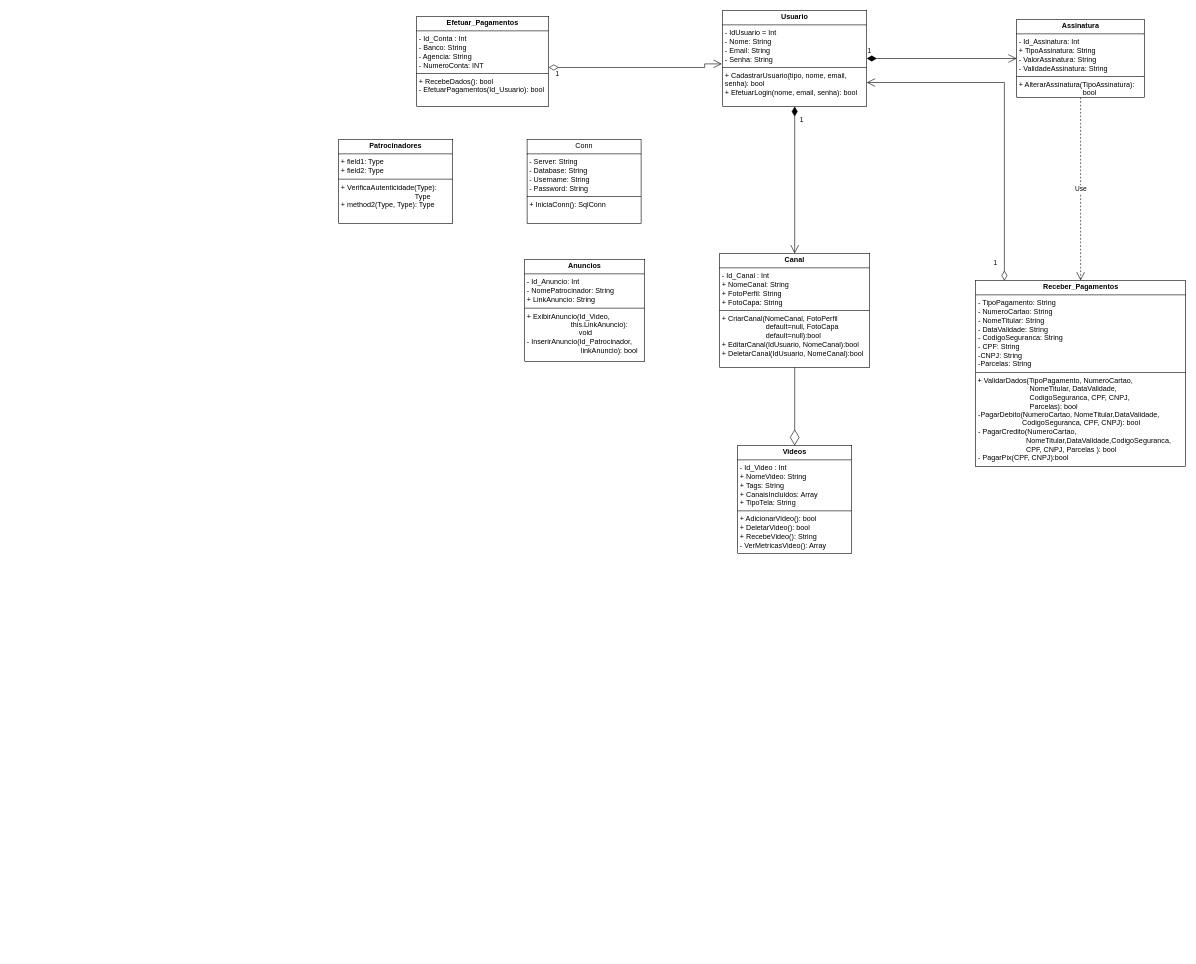
Earlier version of the draw.io diagram page "DiagramaDeClasses" (20 of 20) of DiagramasPIMVII.drawio (GustavoFerreira143/PIMVIISistemaDeStreaming). Source tidied: cells renumbered, new cells numbered last; positions are measured from the earlier drawing's top-left corner, leaving out a move shared by most shapes. Both pictures are drawn from the tidied source at 60%, with x=0, y=0 at pixel (338, 10).
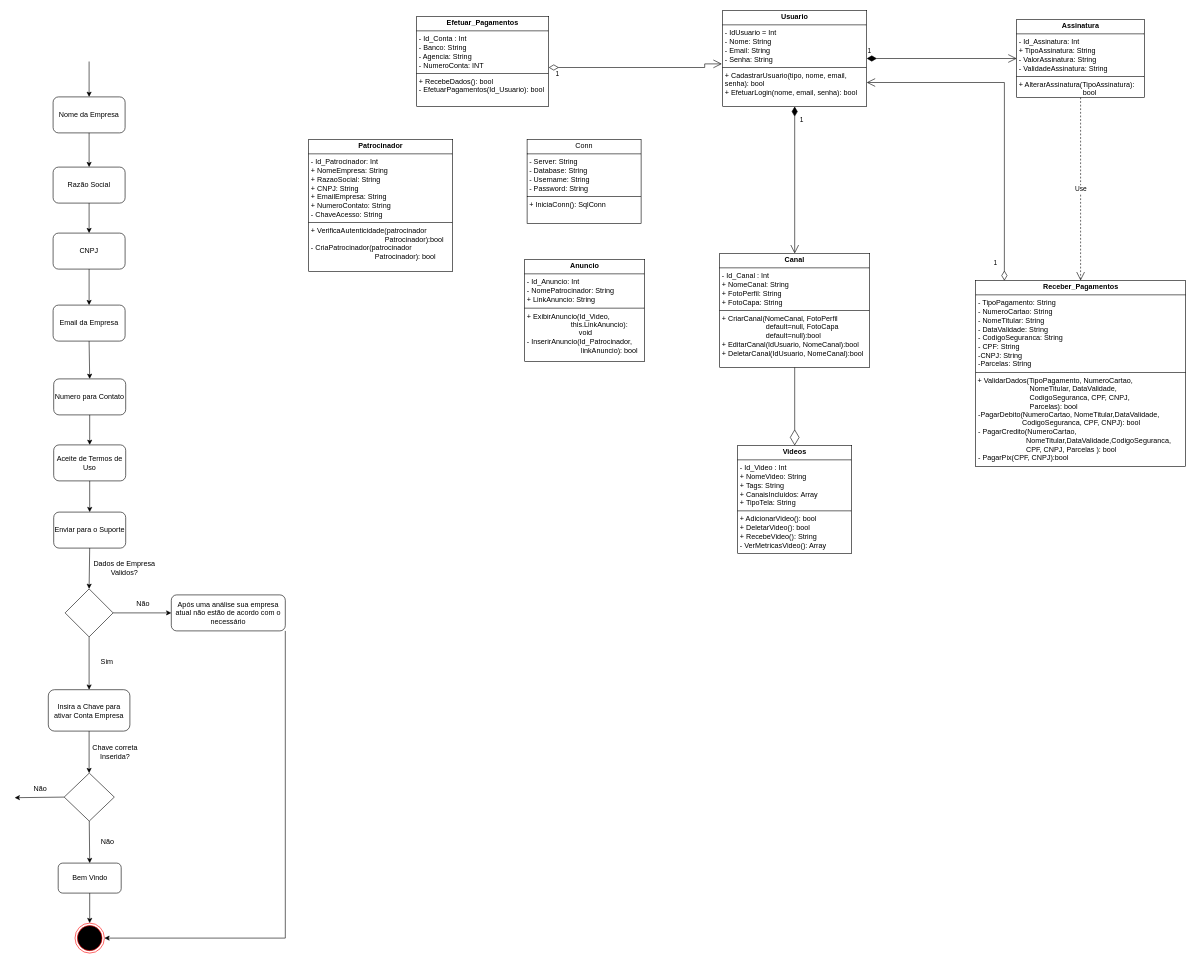
After the change.

The edit, as a diff of the source:
```diff
@@
-    <mxCell id="15" value="&lt;p style=&quot;margin:0px;margin-top:4px;text-align:center;&quot;&gt;&lt;b&gt;Anuncios&lt;/b&gt;&lt;/p&gt;&lt;hr size=&quot;1&quot; style=&quot;border-style:solid;&quot;&gt;&lt;p style=&quot;margin:0px;margin-left:4px;&quot;&gt;- Id_Anuncio: Int&lt;br&gt;- NomePatrocinador: String&lt;/p&gt;&lt;p style=&quot;margin:0px;margin-left:4px;&quot;&gt;+ LinkAnuncio: String&lt;/p&gt;&lt;hr size=&quot;1&quot; style=&quot;border-style:solid;&quot;&gt;&lt;p style=&quot;margin:0px;margin-left:4px;&quot;&gt;+ ExibirAnuncio(Id_Video,&amp;nbsp; &amp;nbsp; &amp;nbsp; &amp;nbsp; &amp;nbsp; &amp;nbsp; &amp;nbsp; &amp;nbsp; &amp;nbsp; &amp;nbsp; &amp;nbsp; &amp;nbsp; &amp;nbsp; &amp;nbsp; &amp;nbsp; &amp;nbsp; &amp;nbsp; &amp;nbsp; &amp;nbsp; &amp;nbsp; this.LinkAnuncio): &lt;span style=&quot;white-space: pre;&quot;&gt;&#9;&lt;/span&gt;&lt;span style=&quot;white-space: pre;&quot;&gt;&#9;&lt;/span&gt;&lt;span style=&quot;white-space: pre;&quot;&gt;&#9;&lt;/span&gt;&amp;nbsp; void&lt;br&gt;&lt;/p&gt;&lt;p style=&quot;margin:0px;margin-left:4px;&quot;&gt;- InserirAnuncio(Id_Patrocinador, &lt;span style=&quot;white-space: pre;&quot;&gt;&#9;&lt;/span&gt;&lt;span style=&quot;white-space: pre;&quot;&gt;&#9;&lt;/span&gt;&lt;span style=&quot;white-space: pre;&quot;&gt;&#9;&lt;/span&gt;&amp;nbsp; &amp;nbsp;linkAnuncio): bool&lt;/p&gt;" style="verticalAlign=top;align=left;overflow=fill;html=1;whiteSpace=wrap;" parent="1" vertex="1">
+    <mxCell id="15" value="&lt;p style=&quot;margin:0px;margin-top:4px;text-align:center;&quot;&gt;&lt;b&gt;Anuncio&lt;/b&gt;&lt;/p&gt;&lt;hr size=&quot;1&quot; style=&quot;border-style:solid;&quot;&gt;&lt;p style=&quot;margin:0px;margin-left:4px;&quot;&gt;- Id_Anuncio: Int&lt;br&gt;- NomePatrocinador: String&lt;/p&gt;&lt;p style=&quot;margin:0px;margin-left:4px;&quot;&gt;+ LinkAnuncio: String&lt;/p&gt;&lt;hr size=&quot;1&quot; style=&quot;border-style:solid;&quot;&gt;&lt;p style=&quot;margin:0px;margin-left:4px;&quot;&gt;+ ExibirAnuncio(Id_Video,&amp;nbsp; &amp;nbsp; &amp;nbsp; &amp;nbsp; &amp;nbsp; &amp;nbsp; &amp;nbsp; &amp;nbsp; &amp;nbsp; &amp;nbsp; &amp;nbsp; &amp;nbsp; &amp;nbsp; &amp;nbsp; &amp;nbsp; &amp;nbsp; &amp;nbsp; &amp;nbsp; &amp;nbsp; &amp;nbsp; this.LinkAnuncio): &lt;span style=&quot;white-space: pre;&quot;&gt;&#9;&lt;/span&gt;&lt;span style=&quot;white-space: pre;&quot;&gt;&#9;&lt;/span&gt;&lt;span style=&quot;white-space: pre;&quot;&gt;&#9;&lt;/span&gt;&amp;nbsp; void&lt;br&gt;&lt;/p&gt;&lt;p style=&quot;margin:0px;margin-left:4px;&quot;&gt;- InserirAnuncio(Id_Patrocinador, &lt;span style=&quot;white-space: pre;&quot;&gt;&#9;&lt;/span&gt;&lt;span style=&quot;white-space: pre;&quot;&gt;&#9;&lt;/span&gt;&lt;span style=&quot;white-space: pre;&quot;&gt;&#9;&lt;/span&gt;&amp;nbsp; &amp;nbsp;linkAnuncio): bool&lt;/p&gt;" style="verticalAlign=top;align=left;overflow=fill;html=1;whiteSpace=wrap;" parent="1" vertex="1">
       <mxGeometry x="310" y="415" width="200" height="170" as="geometry" />
     </mxCell>
-    <mxCell id="16" value="&lt;p style=&quot;margin:0px;margin-top:4px;text-align:center;&quot;&gt;&lt;b&gt;Patrocinadores&lt;/b&gt;&lt;/p&gt;&lt;hr size=&quot;1&quot; style=&quot;border-style:solid;&quot;&gt;&lt;p style=&quot;margin:0px;margin-left:4px;&quot;&gt;+ field1: Type&lt;br&gt;+ field2: Type&lt;/p&gt;&lt;hr size=&quot;1&quot; style=&quot;border-style:solid;&quot;&gt;&lt;p style=&quot;margin:0px;margin-left:4px;&quot;&gt;+ VerificaAutenticidade(Type): &lt;span style=&quot;white-space: pre;&quot;&gt;&#9;&lt;/span&gt;&lt;span style=&quot;white-space: pre;&quot;&gt;&#9;&lt;/span&gt;&lt;span style=&quot;white-space: pre;&quot;&gt;&#9;&lt;/span&gt;&lt;span style=&quot;white-space: pre;&quot;&gt;&#9;&lt;/span&gt;&amp;nbsp; &amp;nbsp; &amp;nbsp;Type&lt;br&gt;+ method2(Type, Type): Type&lt;/p&gt;" style="verticalAlign=top;align=left;overflow=fill;html=1;whiteSpace=wrap;" parent="1" vertex="1">
-      <mxGeometry y="215" width="190" height="140" as="geometry" />
+    <mxCell id="16" value="&lt;p style=&quot;margin:0px;margin-top:4px;text-align:center;&quot;&gt;&lt;b&gt;Patrocinador&lt;/b&gt;&lt;/p&gt;&lt;hr size=&quot;1&quot; style=&quot;border-style:solid;&quot;&gt;&lt;p style=&quot;margin:0px;margin-left:4px;&quot;&gt;- Id_Patrocinador: Int&lt;br&gt;+ NomeEmpresa: String&lt;/p&gt;&lt;p style=&quot;margin:0px;margin-left:4px;&quot;&gt;+ RazaoSocial: String&lt;/p&gt;&lt;p style=&quot;margin:0px;margin-left:4px;&quot;&gt;+ CNPJ: String&lt;/p&gt;&lt;p style=&quot;margin:0px;margin-left:4px;&quot;&gt;+ EmailEmpresa: String&lt;/p&gt;&lt;p style=&quot;margin:0px;margin-left:4px;&quot;&gt;+ NumeroContato: String&lt;/p&gt;&lt;p style=&quot;margin:0px;margin-left:4px;&quot;&gt;- ChaveAcesso: String&lt;/p&gt;&lt;hr size=&quot;1&quot; style=&quot;border-style:solid;&quot;&gt;&lt;p style=&quot;margin:0px;margin-left:4px;&quot;&gt;+ VerificaAutenticidade(patrocinador &lt;span style=&quot;white-space: pre;&quot;&gt;&#9;&lt;/span&gt;&lt;span style=&quot;white-space: pre;&quot;&gt;&#9;&lt;/span&gt;&lt;span style=&quot;white-space: pre;&quot;&gt;&#9;&lt;/span&gt;&lt;span style=&quot;white-space: pre;&quot;&gt;&#9;&lt;/span&gt;&amp;nbsp; &amp;nbsp; &amp;nbsp;Patrocinador):bool&lt;br&gt;- CriaPatrocinador(patrocinador &lt;span style=&quot;white-space: pre;&quot;&gt;&#9;&lt;/span&gt;&lt;span style=&quot;white-space: pre;&quot;&gt;&#9;&lt;/span&gt;&lt;span style=&quot;white-space: pre;&quot;&gt;&#9;&lt;/span&gt;&lt;span style=&quot;white-space: pre;&quot;&gt;&#9;&lt;/span&gt;Patrocinador): bool&lt;/p&gt;" style="verticalAlign=top;align=left;overflow=fill;html=1;whiteSpace=wrap;" parent="1" vertex="1">
+      <mxGeometry x="-50" y="215" width="240" height="220" as="geometry" />
     </mxCell>
+    <mxCell id="17" style="endArrow=classic;html=1;rounded=0;exitX=0.5;exitY=1;exitDx=0;exitDy=0;entryX=0.5;entryY=0;entryDx=0;entryDy=0;" parent="1" edge="1" target="18">
+      <mxGeometry relative="1" as="geometry">
+        <mxPoint x="-416" y="85" as="sourcePoint" />
+      </mxGeometry>
+    </mxCell>
+    <mxCell id="18" value="Nome da Empresa" style="rounded=1;whiteSpace=wrap;html=1;" parent="1" vertex="1">
+      <mxGeometry x="-476" y="144" width="120" height="60" as="geometry" />
+    </mxCell>
+    <mxCell id="19" value="Razão Social" style="rounded=1;whiteSpace=wrap;html=1;" parent="1" vertex="1">
+      <mxGeometry x="-476" y="261" width="120" height="60" as="geometry" />
+    </mxCell>
+    <mxCell id="20" value="CNPJ" style="rounded=1;whiteSpace=wrap;html=1;" parent="1" vertex="1">
+      <mxGeometry x="-476" y="371" width="120" height="60" as="geometry" />
+    </mxCell>
+    <mxCell id="21" style="endArrow=classic;html=1;rounded=0;exitX=0.5;exitY=1;exitDx=0;exitDy=0;entryX=0.5;entryY=0;entryDx=0;entryDy=0;" parent="1" edge="1" source="18" target="19">
+      <mxGeometry relative="1" as="geometry" />
+    </mxCell>
+    <mxCell id="22" value="Numero para Contato" style="rounded=1;whiteSpace=wrap;html=1;" parent="1" vertex="1">
+      <mxGeometry x="-475" y="614" width="120" height="60" as="geometry" />
+    </mxCell>
+    <mxCell id="23" style="endArrow=classic;html=1;rounded=0;exitX=0.5;exitY=1;exitDx=0;exitDy=0;entryX=0.5;entryY=0;entryDx=0;entryDy=0;" parent="1" edge="1" source="19" target="20">
+      <mxGeometry relative="1" as="geometry" />
+    </mxCell>
+    <mxCell id="24" style="rhombus;whiteSpace=wrap;html=1;" parent="1" vertex="1">
+      <mxGeometry x="-456" y="964" width="80" height="80" as="geometry" />
+    </mxCell>
+    <mxCell id="25" value="Enviar para o Suporte" style="rounded=1;whiteSpace=wrap;html=1;" parent="1" vertex="1">
+      <mxGeometry x="-475" y="836" width="120" height="60" as="geometry" />
+    </mxCell>
+    <mxCell id="26" style="endArrow=classic;html=1;rounded=0;exitX=0.5;exitY=1;exitDx=0;exitDy=0;entryX=0.5;entryY=0;entryDx=0;entryDy=0;" parent="1" edge="1" source="22" target="30">
+      <mxGeometry relative="1" as="geometry" />
+    </mxCell>
+    <mxCell id="27" value="Dados de Empresa Validos?" style="text;html=1;align=center;verticalAlign=middle;whiteSpace=wrap;rounded=0;" parent="1" vertex="1">
+      <mxGeometry x="-415" y="900" width="116" height="60" as="geometry" />
+    </mxCell>
+    <mxCell id="28" value="Após uma análise sua empresa atual não estão de acordo com o necessário" style="rounded=1;whiteSpace=wrap;html=1;" parent="1" vertex="1">
+      <mxGeometry x="-279" y="974" width="190" height="60" as="geometry" />
+    </mxCell>
+    <mxCell id="29" style="endArrow=classic;html=1;rounded=0;entryX=0;entryY=0.5;entryDx=0;entryDy=0;exitX=1;exitY=0.5;exitDx=0;exitDy=0;" parent="1" edge="1" source="24" target="28">
+      <mxGeometry relative="1" as="geometry" />
+    </mxCell>
+    <mxCell id="30" value="Aceite de Termos de Uso" style="rounded=1;whiteSpace=wrap;html=1;" parent="1" vertex="1">
+      <mxGeometry x="-475" y="724" width="120" height="60" as="geometry" />
+    </mxCell>
+    <mxCell id="31" style="endArrow=classic;html=1;rounded=0;entryX=0.5;entryY=0;entryDx=0;entryDy=0;exitX=0.5;exitY=1;exitDx=0;exitDy=0;" parent="1" edge="1" source="25" target="24">
+      <mxGeometry relative="1" as="geometry" />
+    </mxCell>
+    <mxCell id="32" style="endArrow=classic;html=1;rounded=0;exitX=0.5;exitY=1;exitDx=0;exitDy=0;entryX=0.5;entryY=0;entryDx=0;entryDy=0;" parent="1" edge="1" source="30" target="25">
+      <mxGeometry relative="1" as="geometry" />
+    </mxCell>
+    <mxCell id="33" value="Insira a Chave para ativar Conta Empresa" style="rounded=1;whiteSpace=wrap;html=1;" parent="1" vertex="1">
+      <mxGeometry x="-484" y="1132" width="136" height="69" as="geometry" />
+    </mxCell>
+    <mxCell id="34" value="Email da Empresa" style="rounded=1;whiteSpace=wrap;html=1;" parent="1" vertex="1">
+      <mxGeometry x="-476" y="491" width="120" height="60" as="geometry" />
+    </mxCell>
+    <mxCell id="35" style="endArrow=classic;html=1;rounded=0;exitX=0.5;exitY=1;exitDx=0;exitDy=0;entryX=0.5;entryY=0;entryDx=0;entryDy=0;" parent="1" edge="1" source="20" target="34">
+      <mxGeometry relative="1" as="geometry" />
+    </mxCell>
+    <mxCell id="36" style="endArrow=classic;html=1;rounded=0;exitX=0.5;exitY=1;exitDx=0;exitDy=0;entryX=0.5;entryY=0;entryDx=0;entryDy=0;" parent="1" edge="1" source="34" target="22">
+      <mxGeometry relative="1" as="geometry" />
+    </mxCell>
+    <mxCell id="37" style="endArrow=classic;html=1;rounded=0;exitX=0.5;exitY=1;exitDx=0;exitDy=0;" parent="1" edge="1" source="24" target="33">
+      <mxGeometry relative="1" as="geometry" />
+    </mxCell>
+    <mxCell id="38" value="Não" style="text;html=1;align=center;verticalAlign=middle;whiteSpace=wrap;rounded=0;" parent="1" vertex="1">
+      <mxGeometry x="-356" y="974" width="60" height="30" as="geometry" />
+    </mxCell>
+    <mxCell id="39" value="Sim" style="text;html=1;align=center;verticalAlign=middle;whiteSpace=wrap;rounded=0;" parent="1" vertex="1">
+      <mxGeometry x="-416" y="1071" width="60" height="30" as="geometry" />
+    </mxCell>
+    <mxCell id="40" style="ellipse;html=1;shape=endState;fillColor=#000000;strokeColor=#ff0000;direction=south;" parent="1" vertex="1">
+      <mxGeometry x="-439.5" y="1521" width="49" height="50" as="geometry" />
+    </mxCell>
+    <mxCell id="41" style="rhombus;whiteSpace=wrap;html=1;" parent="1" vertex="1">
+      <mxGeometry x="-457.5" y="1271" width="83.5" height="80" as="geometry" />
+    </mxCell>
+    <mxCell id="42" style="endArrow=classic;html=1;rounded=0;exitX=0.5;exitY=1;exitDx=0;exitDy=0;" parent="1" edge="1" source="33">
+      <mxGeometry relative="1" as="geometry">
+        <mxPoint x="-416" y="1271" as="targetPoint" />
+      </mxGeometry>
+    </mxCell>
+    <mxCell id="43" value="Chave correta Inserida?" style="text;html=1;align=center;verticalAlign=middle;whiteSpace=wrap;rounded=0;" parent="1" vertex="1">
+      <mxGeometry x="-415" y="1211" width="85" height="50" as="geometry" />
+    </mxCell>
+    <mxCell id="44" style="endArrow=classic;html=1;rounded=0;exitX=0;exitY=0.5;exitDx=0;exitDy=0;entryX=1;entryY=0.5;entryDx=0;entryDy=0;" parent="1" edge="1" source="41">
+      <mxGeometry relative="1" as="geometry">
+        <mxPoint x="-540" y="1312" as="targetPoint" />
+      </mxGeometry>
+    </mxCell>
+    <mxCell id="45" value="Bem Vindo" style="rounded=1;whiteSpace=wrap;html=1;" parent="1" vertex="1">
+      <mxGeometry x="-467.5" y="1421" width="105" height="50" as="geometry" />
+    </mxCell>
+    <mxCell id="46" value="Não" style="text;html=1;align=center;verticalAlign=middle;whiteSpace=wrap;rounded=0;" parent="1" vertex="1">
+      <mxGeometry x="-527.5" y="1282" width="60" height="30" as="geometry" />
+    </mxCell>
+    <mxCell id="47" value="Não" style="text;html=1;align=center;verticalAlign=middle;whiteSpace=wrap;rounded=0;" parent="1" vertex="1">
+      <mxGeometry x="-415" y="1371" width="60" height="30" as="geometry" />
+    </mxCell>
+    <mxCell id="48" style="endArrow=classic;html=1;rounded=0;exitX=0.5;exitY=1;exitDx=0;exitDy=0;entryX=0.5;entryY=0;entryDx=0;entryDy=0;" parent="1" edge="1" source="41" target="45">
+      <mxGeometry relative="1" as="geometry" />
+    </mxCell>
+    <mxCell id="49" style="endArrow=classic;html=1;rounded=0;entryX=0;entryY=0.5;entryDx=0;entryDy=0;exitX=0.5;exitY=1;exitDx=0;exitDy=0;" parent="1" edge="1" source="45" target="40">
+      <mxGeometry relative="1" as="geometry" />
+    </mxCell>
+    <mxCell id="50" style="endArrow=classic;html=1;rounded=0;exitX=1;exitY=1;exitDx=0;exitDy=0;entryX=0.5;entryY=0;entryDx=0;entryDy=0;" parent="1" edge="1" source="28" target="40">
+      <mxGeometry relative="1" as="geometry">
+        <Array as="points">
+          <mxPoint x="-89" y="1546" />
+        </Array>
+      </mxGeometry>
+    </mxCell>
```
